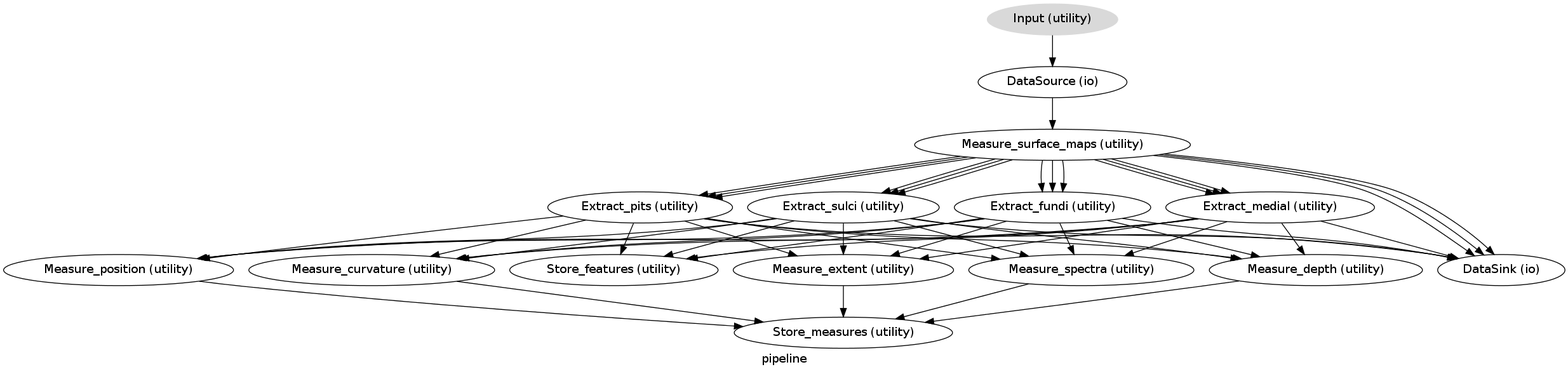
The Graphviz diagram pipeline/graph.dot.png in nipy/mindboggle, before a commit. Its source is kept beside it as pipeline/graph.dot.
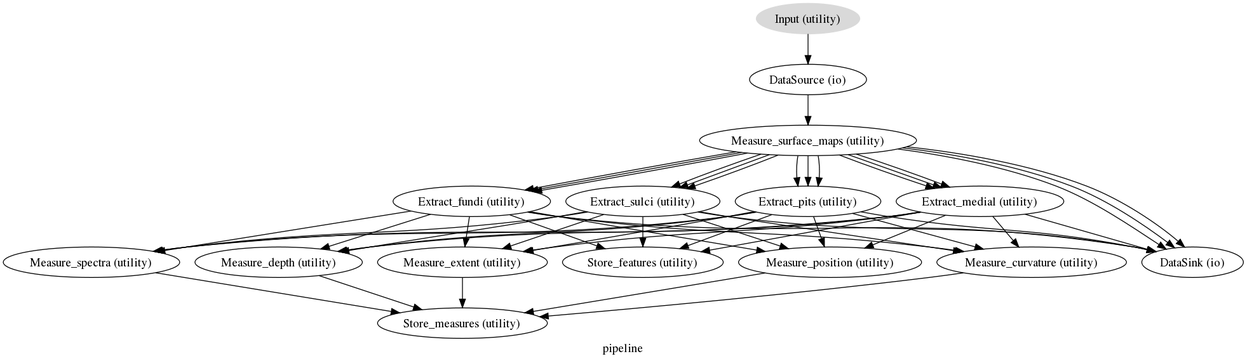
The same diagram one commit later.

The edit, as a diff of the source:
```diff
@@ -4,65 +4,65 @@
   pipeline_DataSource[label="DataSource (io)"];
   pipeline_Measure_surface_maps[label="Measure_surface_maps (utility)"];
   pipeline_Extract_medial[label="Extract_medial (utility)"];
+  pipeline_Extract_fundi[label="Extract_fundi (utility)"];
+  pipeline_Extract_sulci[label="Extract_sulci (utility)"];
   pipeline_Extract_pits[label="Extract_pits (utility)"];
-  pipeline_Extract_sulci[label="Extract_sulci (utility)"];
-  pipeline_Extract_fundi[label="Extract_fundi (utility)"];
-  pipeline_Measure_curvature[label="Measure_curvature (utility)"];
   pipeline_Store_features[label="Store_features (utility)"];
   pipeline_Measure_extent[label="Measure_extent (utility)"];
+  pipeline_Measure_position[label="Measure_position (utility)"];
+  pipeline_Measure_curvature[label="Measure_curvature (utility)"];
   pipeline_Measure_spectra[label="Measure_spectra (utility)"];
   pipeline_DataSink[label="DataSink (io)"];
   pipeline_Measure_depth[label="Measure_depth (utility)"];
-  pipeline_Measure_position[label="Measure_position (utility)"];
   pipeline_Store_measures[label="Store_measures (utility)"];
   pipeline_Input -> pipeline_DataSource;
   pipeline_DataSource -> pipeline_Measure_surface_maps;
   pipeline_Measure_surface_maps -> pipeline_Extract_medial;
   pipeline_Measure_surface_maps -> pipeline_Extract_medial;
   pipeline_Measure_surface_maps -> pipeline_Extract_medial;
+  pipeline_Measure_surface_maps -> pipeline_Extract_fundi;
+  pipeline_Measure_surface_maps -> pipeline_Extract_fundi;
+  pipeline_Measure_surface_maps -> pipeline_Extract_fundi;
+  pipeline_Measure_surface_maps -> pipeline_Extract_sulci;
+  pipeline_Measure_surface_maps -> pipeline_Extract_sulci;
+  pipeline_Measure_surface_maps -> pipeline_Extract_sulci;
   pipeline_Measure_surface_maps -> pipeline_DataSink;
   pipeline_Measure_surface_maps -> pipeline_DataSink;
   pipeline_Measure_surface_maps -> pipeline_DataSink;
   pipeline_Measure_surface_maps -> pipeline_Extract_pits;
   pipeline_Measure_surface_maps -> pipeline_Extract_pits;
   pipeline_Measure_surface_maps -> pipeline_Extract_pits;
-  pipeline_Measure_surface_maps -> pipeline_Extract_sulci;
-  pipeline_Measure_surface_maps -> pipeline_Extract_sulci;
-  pipeline_Measure_surface_maps -> pipeline_Extract_sulci;
-  pipeline_Measure_surface_maps -> pipeline_Extract_fundi;
-  pipeline_Measure_surface_maps -> pipeline_Extract_fundi;
-  pipeline_Measure_surface_maps -> pipeline_Extract_fundi;
+  pipeline_Extract_medial -> pipeline_Store_features;
+  pipeline_Extract_medial -> pipeline_Measure_extent;
+  pipeline_Extract_medial -> pipeline_Measure_position;
   pipeline_Extract_medial -> pipeline_Measure_curvature;
-  pipeline_Extract_medial -> pipeline_Store_features;
-  pipeline_Extract_medial -> pipeline_Measure_position;
-  pipeline_Extract_medial -> pipeline_Measure_extent;
   pipeline_Extract_medial -> pipeline_Measure_spectra;
   pipeline_Extract_medial -> pipeline_DataSink;
   pipeline_Extract_medial -> pipeline_Measure_depth;
+  pipeline_Extract_fundi -> pipeline_Store_features;
+  pipeline_Extract_fundi -> pipeline_Measure_extent;
+  pipeline_Extract_fundi -> pipeline_Measure_position;
+  pipeline_Extract_fundi -> pipeline_Measure_curvature;
+  pipeline_Extract_fundi -> pipeline_Measure_spectra;
+  pipeline_Extract_fundi -> pipeline_DataSink;
+  pipeline_Extract_fundi -> pipeline_Measure_depth;
+  pipeline_Extract_sulci -> pipeline_Store_features;
+  pipeline_Extract_sulci -> pipeline_Measure_extent;
+  pipeline_Extract_sulci -> pipeline_Measure_position;
+  pipeline_Extract_sulci -> pipeline_Measure_curvature;
+  pipeline_Extract_sulci -> pipeline_Measure_spectra;
+  pipeline_Extract_sulci -> pipeline_DataSink;
+  pipeline_Extract_sulci -> pipeline_Measure_depth;
+  pipeline_Extract_pits -> pipeline_Store_features;
+  pipeline_Extract_pits -> pipeline_Measure_extent;
+  pipeline_Extract_pits -> pipeline_Measure_position;
   pipeline_Extract_pits -> pipeline_Measure_curvature;
-  pipeline_Extract_pits -> pipeline_Store_features;
-  pipeline_Extract_pits -> pipeline_Measure_position;
-  pipeline_Extract_pits -> pipeline_Measure_extent;
   pipeline_Extract_pits -> pipeline_Measure_spectra;
   pipeline_Extract_pits -> pipeline_DataSink;
   pipeline_Extract_pits -> pipeline_Measure_depth;
-  pipeline_Extract_sulci -> pipeline_Measure_curvature;
-  pipeline_Extract_sulci -> pipeline_Store_features;
-  pipeline_Extract_sulci -> pipeline_Measure_position;
-  pipeline_Extract_sulci -> pipeline_Measure_extent;
-  pipeline_Extract_sulci -> pipeline_Measure_spectra;
-  pipeline_Extract_sulci -> pipeline_DataSink;
-  pipeline_Extract_sulci -> pipeline_Measure_depth;
-  pipeline_Extract_fundi -> pipeline_Measure_curvature;
-  pipeline_Extract_fundi -> pipeline_Store_features;
-  pipeline_Extract_fundi -> pipeline_Measure_position;
-  pipeline_Extract_fundi -> pipeline_Measure_extent;
-  pipeline_Extract_fundi -> pipeline_Measure_spectra;
-  pipeline_Extract_fundi -> pipeline_DataSink;
-  pipeline_Extract_fundi -> pipeline_Measure_depth;
+  pipeline_Measure_extent -> pipeline_Store_measures;
+  pipeline_Measure_position -> pipeline_Store_measures;
   pipeline_Measure_curvature -> pipeline_Store_measures;
-  pipeline_Measure_extent -> pipeline_Store_measures;
   pipeline_Measure_spectra -> pipeline_Store_measures;
   pipeline_Measure_depth -> pipeline_Store_measures;
-  pipeline_Measure_position -> pipeline_Store_measures;
 }
```
